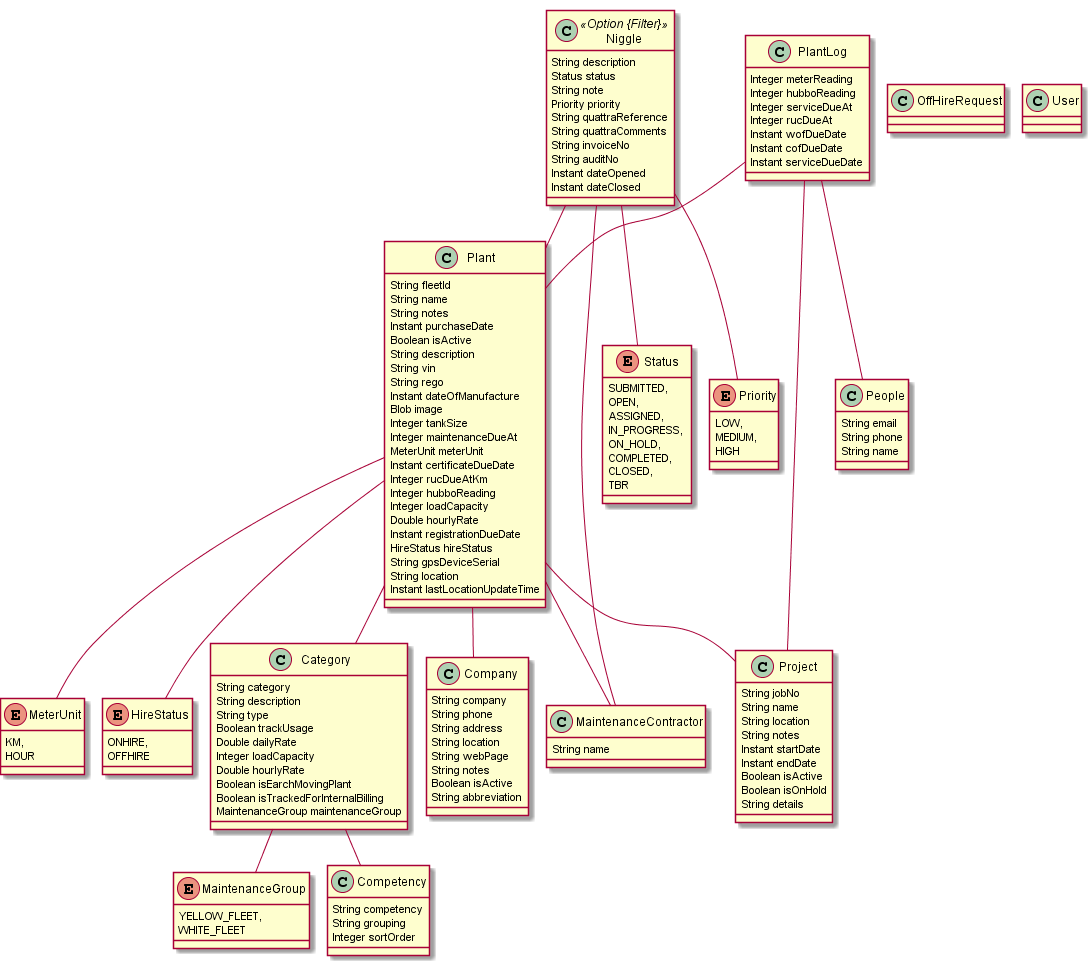
Earlier version of the PlantUML export jhipster-jdl.png (LIUTaichen/newShirley).
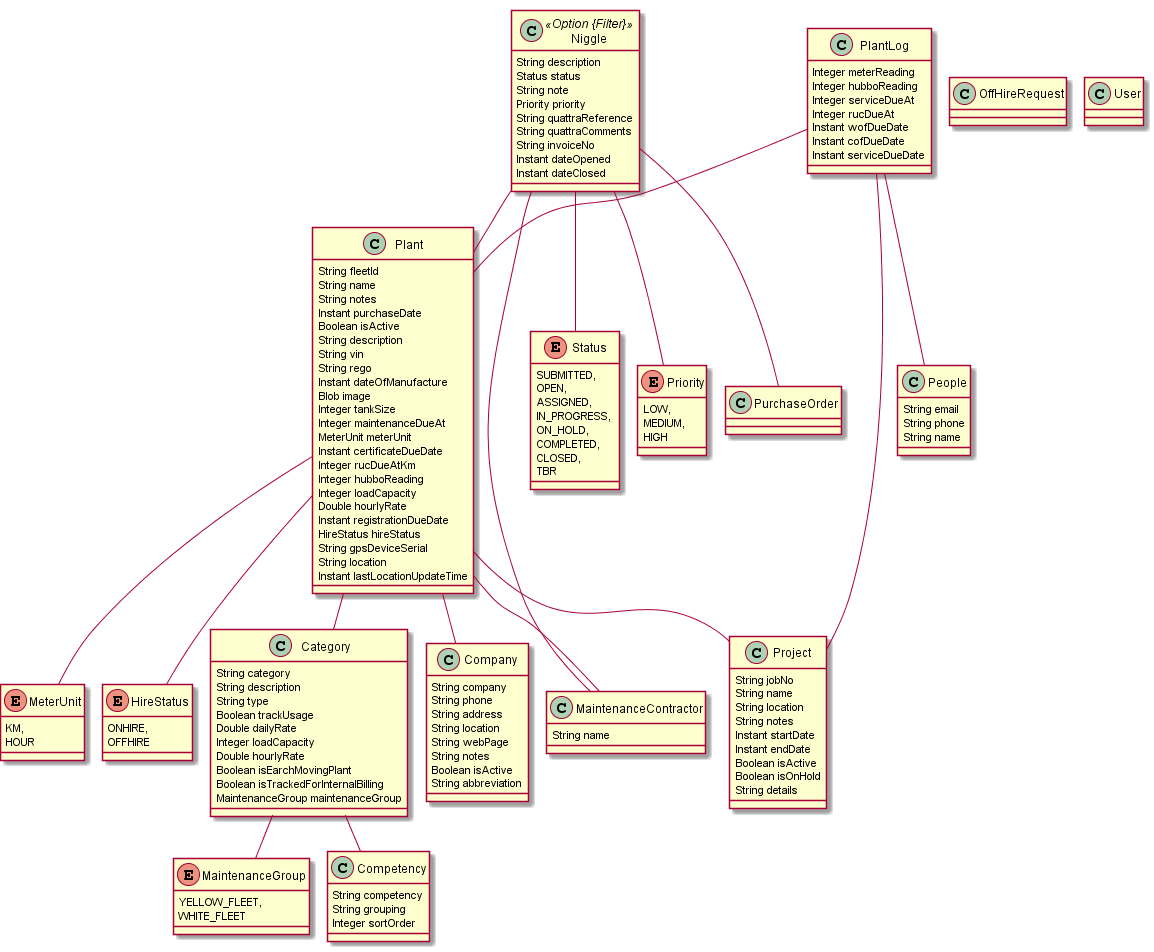
Later version of the same file.

Commit message:
added entity purchase order

The edit, as a diff of the source:
```diff
@@ -93,7 +93,6 @@
 		String quattraReference
 		String quattraComments
 		String invoiceNo
-		String auditNo
 		Instant dateOpened
 		Instant dateClosed
 	}
@@ -123,6 +122,8 @@
 		Instant cofDueDate
 		Instant serviceDueDate
 	}
+	class PurchaseOrder  {
+	}
 	Plant  "category 0..* " o-- "0..1 "  Category
 	Plant  "owner 0..* " o-- "0..1 "  Company
 	Plant  "assignedContractor 0..* " o-- "0..1 "  MaintenanceContractor
@@ -133,6 +134,7 @@
 	Category  "competency 0..* " o-- "0..1 "  Competency
 	PlantLog  "operator 0..* " o-- "0..1 "  People
 	PlantLog  "site 0..* " o-- "0..1 "  Project
+	Niggle  "purchaseOrder 0..1 " -- "0..1 "  PurchaseOrder
 	enum MaintenanceGroup {
 		YELLOW_FLEET,
 		WHITE_FLEET
```
